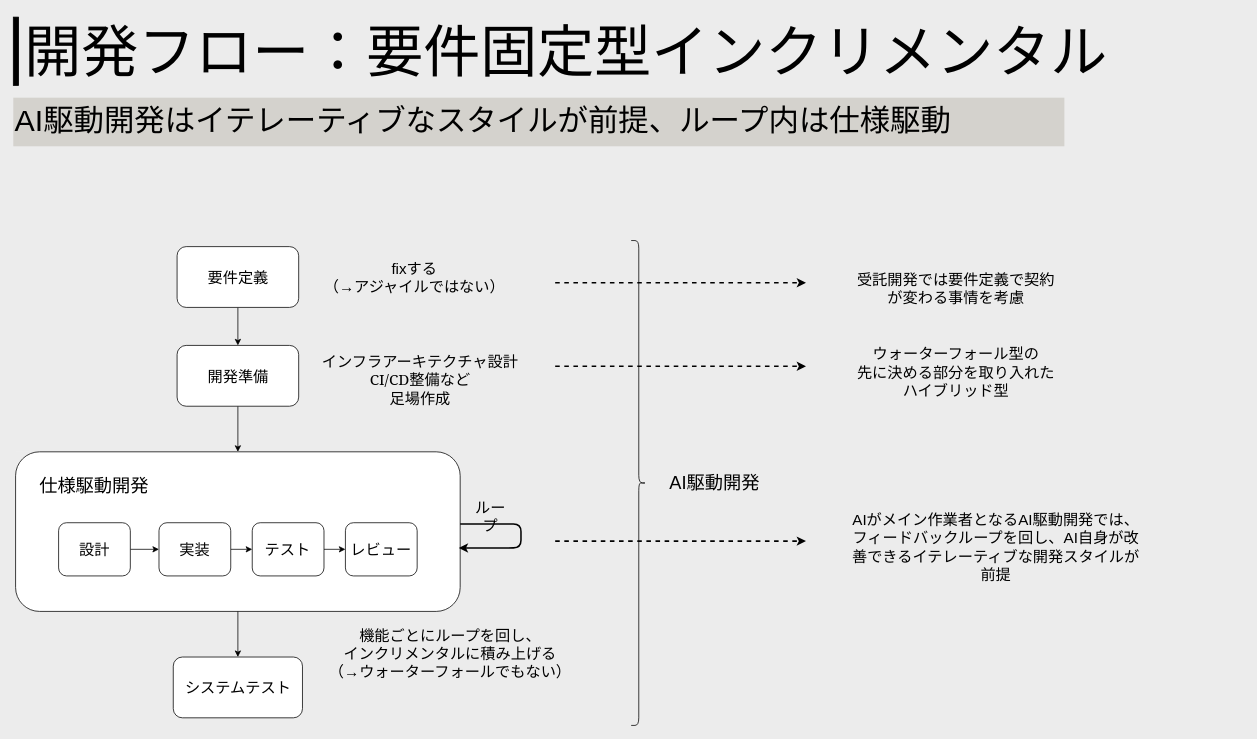
Above: page "dev-flow" (1 of 3) of docs/guide/img/development-flow.drawio in kasiopeiya/claude-dev-template (draw.io), before the change. Source tidied: cells renumbered, new cells numbered last; positions are measured from the earlier drawing's top-left corner, leaving out a move shared by most shapes. Both pictures are drawn from the tidied source at 76%, with x=0, y=0 at pixel (13, 13).
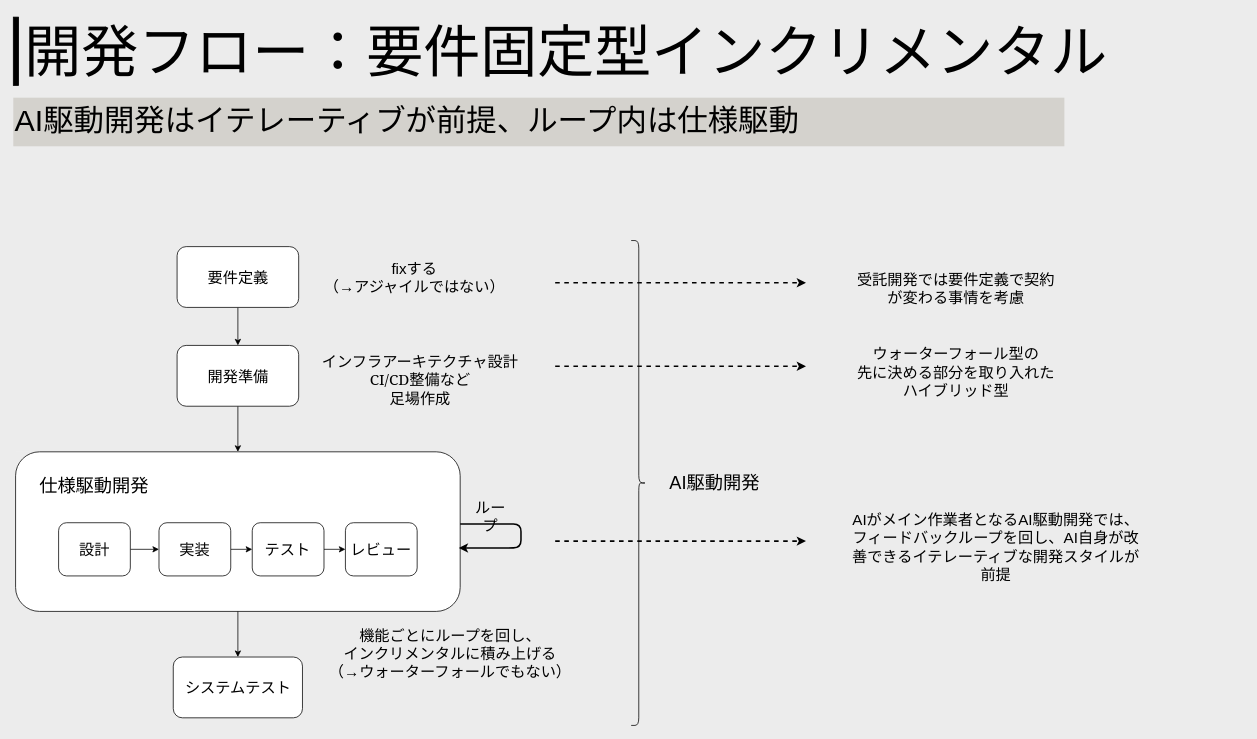
After the change.

Commit message (it also covers changes not shown here):
docs: スライド作成

Change to the diagram source:
```diff
@@
-    <mxCell id="24" value="&lt;span class=&quot;s1&quot;&gt;AI駆動開発はイテレーティブなスタイルが前提、ループ内は仕様駆動&lt;/span&gt;" style="text;whiteSpace=wrap;html=1;fontSize=40;fillColor=#D4D2CD;" parent="1" vertex="1">
+    <mxCell id="24" value="&lt;span class=&quot;s1&quot;&gt;AI駆動開発はイテレーティブが前提、ループ内は仕様駆動&lt;/span&gt;" style="text;whiteSpace=wrap;html=1;fontSize=40;fillColor=#D4D2CD;" parent="1" vertex="1">
       <mxGeometry y="111" width="1383" height="64" as="geometry" />
     </mxCell>
```
